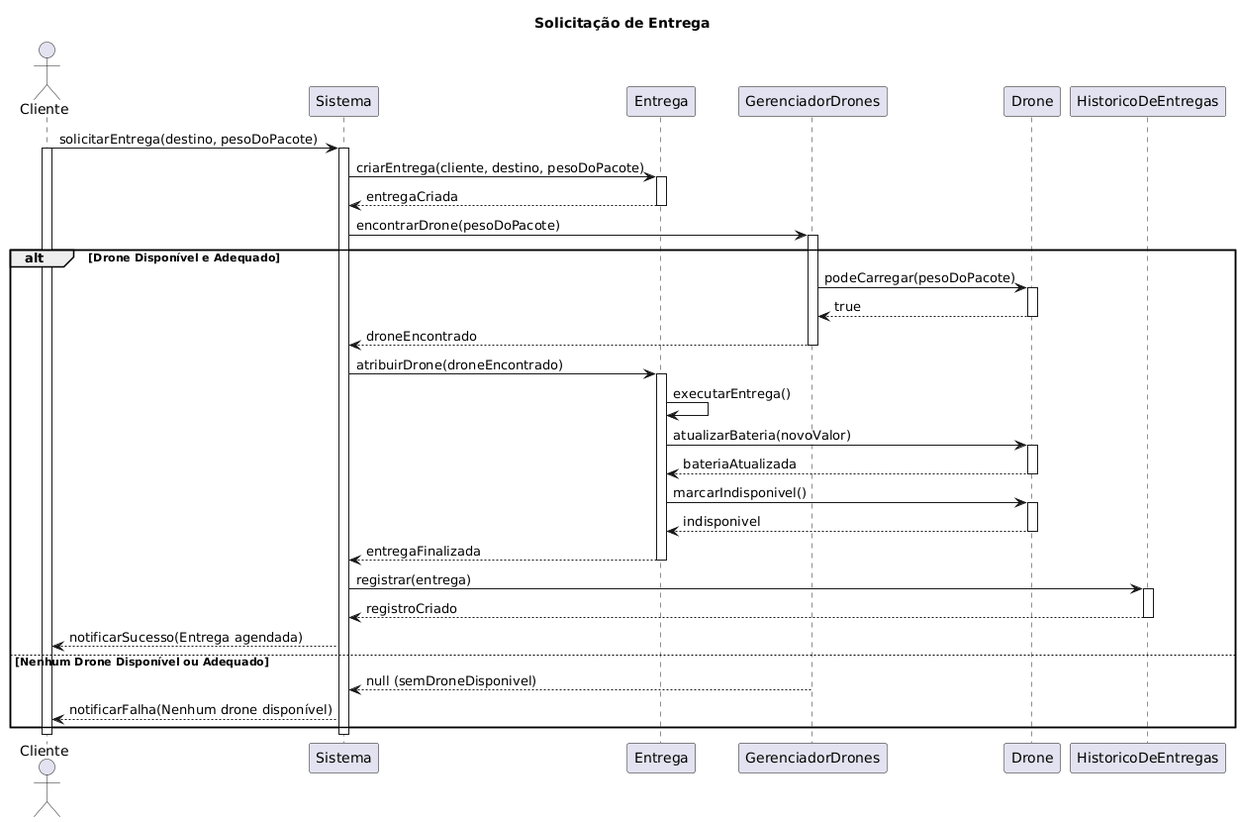
This is docs/diagramaDeSequencia.png from caiosaraiv1/UML-Classroom-FCI, a PlantUML export, as it was before one commit.
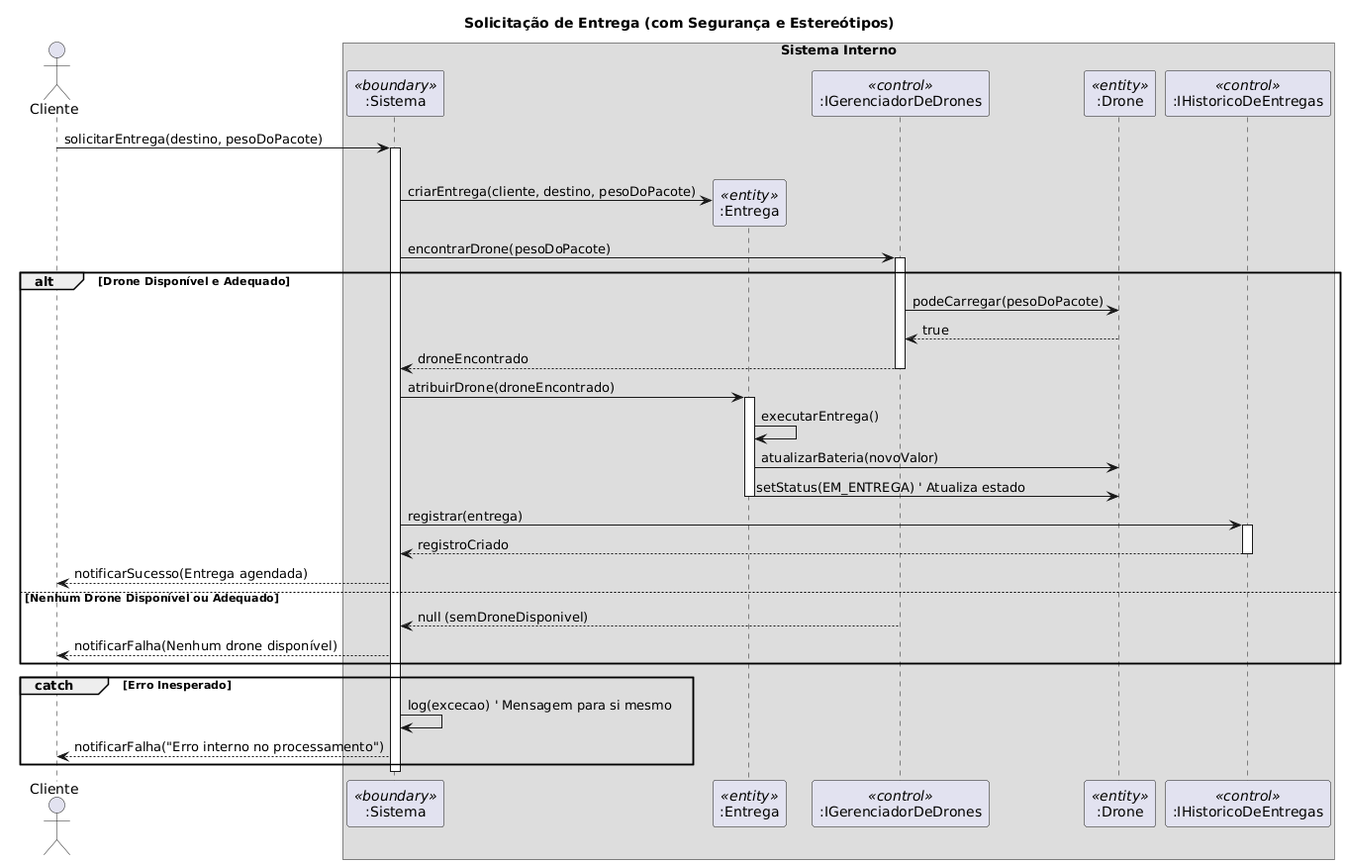
Later version of the same file.

Diff of the diagram source:
```diff
@@ -1,56 +1,58 @@
 @startuml
-title Solicitação de Entrega
+title Solicitação de Entrega (com Segurança e Estereótipos)
 
 actor Cliente
-participant "Sistema" as Sistema
-participant "Entrega" as Entrega
-participant "GerenciadorDrones" as GerenciadorDrones
-participant "Drone" as Drone
-participant "HistoricoDeEntregas" as Historico
+
+box "Sistema Interno"
+    participant ":Sistema" as Sistema <<boundary>>
+    participant ":Entrega" as Entrega <<entity>>
+    participant ":IGerenciadorDeDrones" as Gerenciador <<control>>
+    participant ":Drone" as Drone <<entity>>
+    participant ":IHistoricoDeEntregas" as Historico <<control>>
+end box
 
 Cliente -> Sistema: solicitarEntrega(destino, pesoDoPacote)
-activate Cliente
 activate Sistema
-Sistema -> Entrega: criarEntrega(cliente, destino, pesoDoPacote)
-activate Entrega
-Entrega --> Sistema: entregaCriada
-deactivate Entrega
 
-Sistema -> GerenciadorDrones: encontrarDrone(pesoDoPacote)
-activate GerenciadorDrones
-alt Drone Disponível e Adequado
-    GerenciadorDrones -> Drone: podeCarregar(pesoDoPacote)
-    activate Drone
-    Drone --> GerenciadorDrones: true
-    deactivate Drone
-    GerenciadorDrones --> Sistema: droneEncontrado
-    deactivate GerenciadorDrones
+group try
+    Sistema -> Entrega ** : criarEntrega(cliente, destino, pesoDoPacote)
 
-    Sistema -> Entrega: atribuirDrone(droneEncontrado)
-    activate Entrega
-    Entrega -> Entrega: executarEntrega()
-    Entrega -> Drone: atualizarBateria(novoValor)
-    activate Drone
-    Drone --> Entrega: bateriaAtualizada
-    deactivate Drone
-    Entrega -> Drone: marcarIndisponivel()
-    activate Drone
-    Drone --> Entrega: indisponivel
-    deactivate Drone
-    Entrega --> Sistema: entregaFinalizada
-    deactivate Entrega
+    Sistema -> Gerenciador: encontrarDrone(pesoDoPacote)
+    activate Gerenciador
 
-    Sistema -> Historico: registrar(entrega)
-    activate Historico
-    Historico --> Sistema: registroCriado
-    deactivate Historico
+    alt Drone Disponível e Adequado
+        Gerenciador -> Drone: podeCarregar(pesoDoPacote)
+        Gerenciador <-- Drone: true
 
-    Sistema --> Cliente: notificarSucesso(Entrega agendada)
-else Nenhum Drone Disponível ou Adequado
-    GerenciadorDrones --> Sistema: null (semDroneDisponivel)
-    deactivate GerenciadorDrones
-    Sistema --> Cliente: notificarFalha(Nenhum drone disponível)
+        Sistema <-- Gerenciador: droneEncontrado
+        deactivate Gerenciador
+
+        Sistema -> Entrega: atribuirDrone(droneEncontrado)
+        activate Entrega
+
+        Entrega -> Entrega: executarEntrega()
+        Entrega -> Drone: atualizarBateria(novoValor)
+        Entrega -> Drone: setStatus(EM_ENTREGA) ' Atualiza estado
+        deactivate Entrega
+
+        Sistema -> Historico: registrar(entrega)
+        activate Historico
+        Sistema <-- Historico: registroCriado
+        deactivate Historico
+
+        Cliente <-- Sistema: notificarSucesso(Entrega agendada)
+
+    else Nenhum Drone Disponível ou Adequado
+        Sistema <-- Gerenciador: null (semDroneDisponivel)
+        deactivate Gerenciador
+
+        Cliente <-- Sistema: notificarFalha(Nenhum drone disponível)
+    end
+
+group catch [Erro Inesperado]
+    Sistema -> Sistema: log(excecao) ' Mensagem para si mesmo
+    Cliente <-- Sistema: notificarFalha("Erro interno no processamento")
 end
+
 deactivate Sistema
-deactivate Cliente
 @enduml
```
